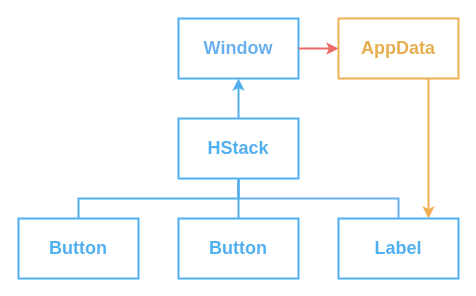
Before: src/img/tree.drawio in vizia/vizia-book, a draw.io diagram. Source tidied: cells renumbered, new cells numbered last; positions are measured from the earlier drawing's top-left corner, leaving out a move shared by most shapes. Both pictures are drawn from the tidied source at 100%, with x=0, y=0 at pixel (18, 18).
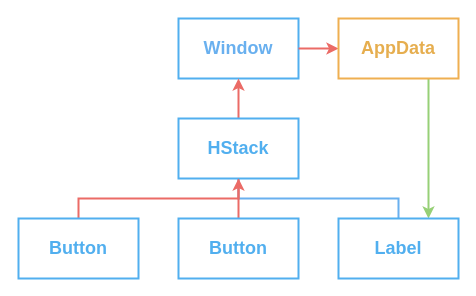
The same page after the edit.

Diff of the diagram source:
```diff
@@
 <mxGraphModel>
   <root>
     <mxCell id="0" />
     <mxCell id="1" parent="0" />
     <mxCell id="2" style="edgeStyle=orthogonalEdgeStyle;rounded=0;jettySize=auto;html=1;entryX=0.5;entryY=1;entryDx=0;entryDy=0;strokeColor=#69b0ef;strokeWidth=2;endArrow=none;endFill=0;" parent="1" edge="1" source="13" target="9">
       <mxGeometry relative="1" as="geometry">
         <Array as="points">
           <mxPoint x="380" y="180" />
           <mxPoint x="220" y="180" />
         </Array>
       </mxGeometry>
     </mxCell>
     <mxCell id="3" value="&lt;font color=&quot;#69b0ef&quot; style=&quot;font-size: 18px;&quot;&gt;&lt;b&gt;Window&lt;/b&gt;&lt;/font&gt;" style="rounded=0;whiteSpace=wrap;html=1;strokeColor=#51AFEF;strokeWidth=2;fillColor=none;" parent="1" vertex="1">
       <mxGeometry x="160" width="120" height="60" as="geometry" />
     </mxCell>
     <mxCell id="4" style="edgeStyle=orthogonalEdgeStyle;rounded=0;jettySize=auto;html=1;strokeColor=#EB6B66;strokeWidth=2;fontColor=#e6ae4f;endArrow=none;endFill=0;startArrow=classic;startFill=1;" parent="1" edge="1" source="6" target="3">
       <mxGeometry relative="1" as="geometry" />
     </mxCell>
-    <mxCell id="5" style="edgeStyle=orthogonalEdgeStyle;rounded=0;jettySize=auto;html=1;entryX=0.75;entryY=0;entryDx=0;entryDy=0;strokeColor=#EFAF51;strokeWidth=2;fontColor=#e6ae4f;startArrow=none;startFill=0;endArrow=classic;endFill=1;" parent="1" edge="1" source="6" target="13">
+    <mxCell id="5" style="edgeStyle=orthogonalEdgeStyle;rounded=0;jettySize=auto;html=1;entryX=0.75;entryY=0;entryDx=0;entryDy=0;strokeColor=#97D077;strokeWidth=2;fontColor=#e6ae4f;startArrow=none;startFill=0;endArrow=classic;endFill=1;" parent="1" edge="1" source="6" target="13">
       <mxGeometry relative="1" as="geometry">
         <Array as="points">
           <mxPoint x="410" y="90" />
           <mxPoint x="410" y="90" />
         </Array>
       </mxGeometry>
     </mxCell>
     <mxCell id="6" value="&lt;font color=&quot;#e6ae4f&quot; style=&quot;font-size: 18px;&quot;&gt;&lt;b&gt;AppData&lt;/b&gt;&lt;/font&gt;" style="rounded=0;whiteSpace=wrap;html=1;strokeColor=#EFAF51;strokeWidth=2;fillColor=none;" parent="1" vertex="1">
       <mxGeometry x="320" width="120" height="60" as="geometry" />
     </mxCell>
-    <mxCell id="7" style="edgeStyle=orthogonalEdgeStyle;rounded=0;jettySize=auto;html=1;strokeWidth=2;fillColor=#dae8fc;strokeColor=#51AFEF;endArrow=classic;endFill=1;" parent="1" edge="1" source="9" target="3">
+    <mxCell id="7" style="edgeStyle=orthogonalEdgeStyle;rounded=0;jettySize=auto;html=1;strokeWidth=2;fillColor=#dae8fc;strokeColor=#EB6B66;endArrow=classic;endFill=1;" parent="1" edge="1" source="9" target="3">
       <mxGeometry relative="1" as="geometry" />
     </mxCell>
-    <mxCell id="8" style="edgeStyle=orthogonalEdgeStyle;rounded=0;jettySize=auto;html=1;strokeColor=#51AFEF;strokeWidth=2;fontColor=#e6ae4f;startArrow=none;startFill=0;endArrow=none;endFill=0;" parent="1" edge="1" source="9" target="12">
+    <mxCell id="8" style="edgeStyle=orthogonalEdgeStyle;rounded=0;jettySize=auto;html=1;strokeColor=#EB6B66;strokeWidth=2;fontColor=#e6ae4f;startArrow=none;startFill=0;endArrow=none;endFill=0;" parent="1" edge="1" source="9" target="12">
       <mxGeometry relative="1" as="geometry" />
     </mxCell>
     <mxCell id="9" value="&lt;font color=&quot;#51afef&quot; style=&quot;font-size: 18px;&quot;&gt;&lt;b&gt;HStack&lt;/b&gt;&lt;/font&gt;" style="rounded=0;whiteSpace=wrap;html=1;strokeColor=#51AFEF;strokeWidth=2;fillColor=none;" parent="1" vertex="1">
       <mxGeometry x="160" y="100" width="120" height="60" as="geometry" />
     </mxCell>
-    <mxCell id="10" style="edgeStyle=orthogonalEdgeStyle;rounded=0;jettySize=auto;html=1;entryX=0.5;entryY=1;entryDx=0;entryDy=0;strokeWidth=2;fillColor=#f8cecc;strokeColor=#51AFEF;endArrow=none;endFill=0;" parent="1" edge="1" source="11" target="9">
+    <mxCell id="10" style="edgeStyle=orthogonalEdgeStyle;rounded=0;jettySize=auto;html=1;entryX=0.5;entryY=1;entryDx=0;entryDy=0;strokeWidth=2;fillColor=#f8cecc;strokeColor=#EB6B66;endArrow=classic;endFill=1;" parent="1" edge="1" source="11" target="9">
       <mxGeometry relative="1" as="geometry">
         <Array as="points">
           <mxPoint x="60" y="180" />
           <mxPoint x="220" y="180" />
         </Array>
       </mxGeometry>
     </mxCell>
     <mxCell id="11" value="&lt;font color=&quot;#51afef&quot; style=&quot;font-size: 18px;&quot;&gt;&lt;b&gt;Button&lt;/b&gt;&lt;/font&gt;" style="rounded=0;whiteSpace=wrap;html=1;strokeColor=#51AFEF;strokeWidth=2;fillColor=none;" parent="1" vertex="1">
       <mxGeometry y="200" width="120" height="60" as="geometry" />
     </mxCell>
     <mxCell id="12" value="&lt;font color=&quot;#51afef&quot; style=&quot;font-size: 18px;&quot;&gt;&lt;b&gt;Button&lt;/b&gt;&lt;/font&gt;" style="rounded=0;whiteSpace=wrap;html=1;strokeWidth=2;strokeColor=#51AFEF;fillColor=none;" parent="1" vertex="1">
       <mxGeometry x="160" y="200" width="120" height="60" as="geometry" />
     </mxCell>
     <mxCell id="13" value="&lt;font color=&quot;#51afef&quot; style=&quot;font-size: 18px;&quot;&gt;&lt;b&gt;Label&lt;/b&gt;&lt;/font&gt;" style="rounded=0;whiteSpace=wrap;html=1;strokeWidth=2;strokeColor=#51AFEF;fillColor=none;" parent="1" vertex="1">
       <mxGeometry x="320" y="200" width="120" height="60" as="geometry" />
     </mxCell>
   </root>
 </mxGraphModel>
```
